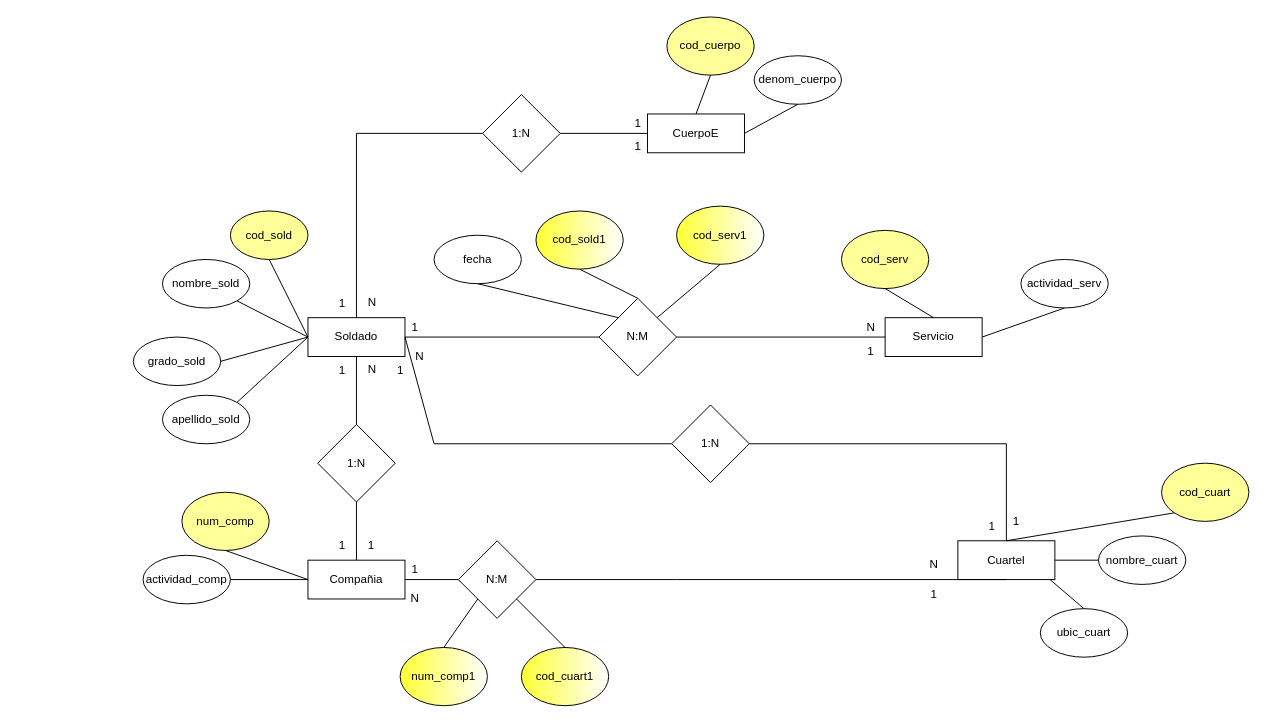
The draw.io diagram BBDD/EntidadRelacion/Untitled Diagram.drawio in coscristian/Ciclo-2---MinTic, before the edit. Source tidied: cells renumbered, new cells numbered last; positions are measured from the earlier drawing's top-left corner, leaving out a move shared by most shapes. Both pictures are drawn from the tidied source at 97%, with x=0, y=0 at pixel (133, 16).
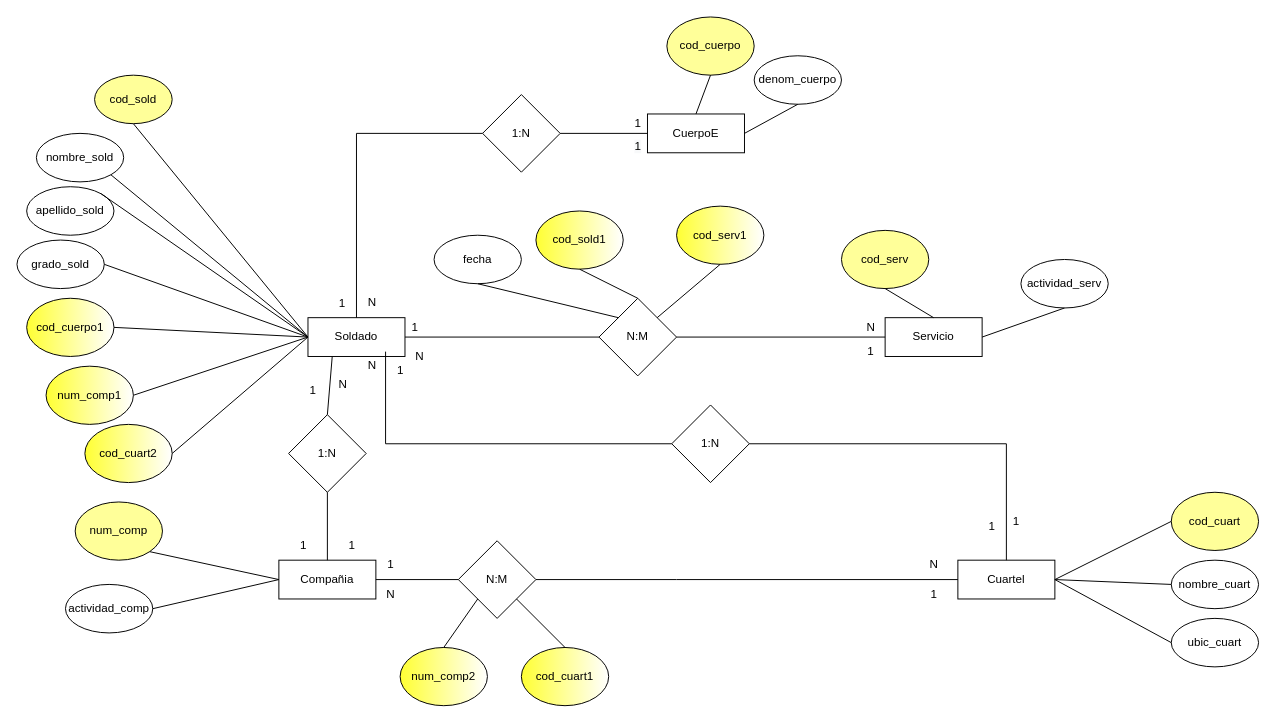
The same page after the edit.

Commit message:
Finished Diagram

Unchanged cells that the change refers to:
```xml
<mxCell id="4" value="Soldado" style="whiteSpace=wrap;html=1;align=center;" parent="1" vertex="1">
  <mxGeometry x="180" y="310" width="100" height="40" as="geometry" />
</mxCell>
<mxCell id="47" value="N:M" style="rhombus;whiteSpace=wrap;html=1;fillColor=#FFFFFF;" parent="1" vertex="1">
  <mxGeometry x="335" y="540" width="80" height="80" as="geometry" />
</mxCell>
<mxCell id="58" value="1:N" style="rhombus;whiteSpace=wrap;html=1;fillColor=#FFFFFF;" parent="1" vertex="1">
  <mxGeometry x="555" y="400" width="80" height="80" as="geometry" />
</mxCell>
```

Change to the diagram source:
```diff
@@
     <mxCell id="2" value="Cuartel" style="whiteSpace=wrap;html=1;align=center;" parent="1" vertex="1">
-      <mxGeometry x="850" y="540" width="100" height="40" as="geometry" />
+      <mxGeometry x="850" y="560" width="100" height="40" as="geometry" />
     </mxCell>
@@
     <mxCell id="5" value="Compañia" style="whiteSpace=wrap;html=1;align=center;" parent="1" vertex="1">
-      <mxGeometry x="180" y="560" width="100" height="40" as="geometry" />
+      <mxGeometry x="150" y="560" width="100" height="40" as="geometry" />
     </mxCell>
@@
     <mxCell id="7" value="cod_sold" style="ellipse;whiteSpace=wrap;html=1;fillColor=#FFFF99;" parent="1" vertex="1">
-      <mxGeometry x="100" y="200" width="80" height="50" as="geometry" />
+      <mxGeometry x="-40" y="60" width="80" height="50" as="geometry" />
     </mxCell>
     <mxCell id="8" value="num_comp" style="ellipse;whiteSpace=wrap;html=1;fillColor=#FFFF99;" parent="1" vertex="1">
-      <mxGeometry x="50" y="490" width="90" height="60" as="geometry" />
+      <mxGeometry x="-60" y="500" width="90" height="60" as="geometry" />
     </mxCell>
@@
     <mxCell id="10" value="cod_cuart" style="ellipse;whiteSpace=wrap;html=1;fillColor=#FFFF99;" parent="1" vertex="1">
-      <mxGeometry x="1060" y="460" width="90" height="60" as="geometry" />
+      <mxGeometry x="1070" y="490" width="90" height="60" as="geometry" />
     </mxCell>
-    <mxCell id="11" style="endArrow=none;html=1;rounded=0;entryX=0.5;entryY=1;entryDx=0;entryDy=0;exitX=0;exitY=0.5;exitDx=0;exitDy=0;" parent="1" edge="1" source="4" target="7">
-      <mxGeometry relative="1" as="geometry" />
+    <mxCell id="11" style="endArrow=none;html=1;rounded=0;entryX=0.5;entryY=1;entryDx=0;entryDy=0;" parent="1" edge="1" target="7">
+      <mxGeometry relative="1" as="geometry">
+        <mxPoint x="180" y="330" as="sourcePoint" />
+      </mxGeometry>
     </mxCell>
     <mxCell id="12" value="nombre_sold" style="ellipse;whiteSpace=wrap;html=1;fillColor=#FFFFFF;" parent="1" vertex="1">
-      <mxGeometry x="30" y="250" width="90" height="50" as="geometry" />
+      <mxGeometry x="-100" y="120" width="90" height="50" as="geometry" />
     </mxCell>
     <mxCell id="13" value="apellido_sold" style="ellipse;whiteSpace=wrap;html=1;fillColor=#FFFFFF;" parent="1" vertex="1">
-      <mxGeometry x="30" y="390" width="90" height="50" as="geometry" />
+      <mxGeometry x="-110" y="175" width="90" height="50" as="geometry" />
     </mxCell>
     <mxCell id="14" value="grado_sold" style="ellipse;whiteSpace=wrap;html=1;fillColor=#FFFFFF;" parent="1" vertex="1">
-      <mxGeometry y="330" width="90" height="50" as="geometry" />
+      <mxGeometry x="-120" y="230" width="90" height="50" as="geometry" />
     </mxCell>
@@
-    <mxCell id="17" style="endArrow=none;html=1;rounded=0;entryX=1;entryY=0;entryDx=0;entryDy=0;exitX=0;exitY=0.5;exitDx=0;exitDy=0;" parent="1" edge="1" source="4" target="13">
-      <mxGeometry relative="1" as="geometry" />
+    <mxCell id="17" style="endArrow=none;html=1;rounded=0;entryX=1;entryY=0;entryDx=0;entryDy=0;" parent="1" edge="1" target="13">
+      <mxGeometry relative="1" as="geometry">
+        <mxPoint x="180" y="330" as="sourcePoint" />
+      </mxGeometry>
     </mxCell>
     <mxCell id="18" value="nombre_cuart" style="ellipse;whiteSpace=wrap;html=1;fillColor=#FFFFFF;" parent="1" vertex="1">
-      <mxGeometry x="995" y="535" width="90" height="50" as="geometry" />
+      <mxGeometry x="1070" y="560" width="90" height="50" as="geometry" />
     </mxCell>
     <mxCell id="19" value="ubic_cuart" style="ellipse;whiteSpace=wrap;html=1;fillColor=#FFFFFF;" parent="1" vertex="1">
-      <mxGeometry x="935" y="610" width="90" height="50" as="geometry" />
+      <mxGeometry x="1070" y="620" width="90" height="50" as="geometry" />
     </mxCell>
-    <mxCell id="20" style="endArrow=none;html=1;rounded=0;exitX=0.5;exitY=0;exitDx=0;exitDy=0;entryX=0;entryY=1;entryDx=0;entryDy=0;" parent="1" edge="1" source="2" target="10">
+    <mxCell id="20" style="endArrow=none;html=1;rounded=0;exitX=1;exitY=0.5;exitDx=0;exitDy=0;entryX=0;entryY=0.5;entryDx=0;entryDy=0;" parent="1" edge="1" source="2" target="10">
       <mxGeometry relative="1" as="geometry" />
     </mxCell>
@@
-    <mxCell id="22" style="endArrow=none;html=1;rounded=0;entryX=0.5;entryY=0;entryDx=0;entryDy=0;" parent="1" edge="1" target="19">
-      <mxGeometry relative="1" as="geometry">
-        <mxPoint x="945" y="580" as="sourcePoint" />
-      </mxGeometry>
+    <mxCell id="22" style="endArrow=none;html=1;rounded=0;entryX=0;entryY=0.5;entryDx=0;entryDy=0;exitX=1;exitY=0.5;exitDx=0;exitDy=0;" parent="1" edge="1" source="2" target="19">
+      <mxGeometry relative="1" as="geometry" />
     </mxCell>
@@
     <mxCell id="27" value="actividad_comp" style="ellipse;whiteSpace=wrap;html=1;fillColor=#FFFFFF;" parent="1" vertex="1">
-      <mxGeometry x="10" y="555" width="90" height="50" as="geometry" />
+      <mxGeometry x="-70" y="585" width="90" height="50" as="geometry" />
     </mxCell>
@@
-    <mxCell id="29" style="endArrow=none;html=1;rounded=0;exitX=0;exitY=0.5;exitDx=0;exitDy=0;entryX=0.5;entryY=1;entryDx=0;entryDy=0;" parent="1" edge="1" source="5" target="8">
+    <mxCell id="29" style="endArrow=none;html=1;rounded=0;exitX=0;exitY=0.5;exitDx=0;exitDy=0;entryX=1;entryY=1;entryDx=0;entryDy=0;" parent="1" edge="1" source="5" target="8">
       <mxGeometry relative="1" as="geometry" />
     </mxCell>
@@
     <mxCell id="40" value="1:N" style="rhombus;whiteSpace=wrap;html=1;fillColor=#FFFFFF;" parent="1" vertex="1">
-      <mxGeometry x="190" y="420" width="80" height="80" as="geometry" />
+      <mxGeometry x="160" y="410" width="80" height="80" as="geometry" />
     </mxCell>
-    <mxCell id="41" style="endArrow=none;html=1;rounded=0;exitX=0.5;exitY=0;exitDx=0;exitDy=0;" parent="1" edge="1" source="5" target="40">
+    <mxCell id="41" style="endArrow=none;html=1;rounded=0;exitX=0.5;exitY=0;exitDx=0;exitDy=0;entryX=0.5;entryY=1;entryDx=0;entryDy=0;" parent="1" edge="1" source="5" target="40">
       <mxGeometry relative="1" as="geometry" />
     </mxCell>
-    <mxCell id="42" style="endArrow=none;html=1;rounded=0;exitX=0.5;exitY=0;exitDx=0;exitDy=0;entryX=0.5;entryY=1;entryDx=0;entryDy=0;" parent="1" edge="1" source="40" target="4">
+    <mxCell id="42" style="endArrow=none;html=1;rounded=0;exitX=0.5;exitY=0;exitDx=0;exitDy=0;entryX=0.25;entryY=1;entryDx=0;entryDy=0;" parent="1" edge="1" source="40" target="4">
       <mxGeometry relative="1" as="geometry" />
     </mxCell>
     <mxCell id="43" value="1" style="text;html=1;align=center;verticalAlign=middle;strokeColor=none;fillColor=none;" parent="1" vertex="1">
-      <mxGeometry x="200" y="350" width="30" height="30" as="geometry" />
+      <mxGeometry x="170" y="370" width="30" height="30" as="geometry" />
     </mxCell>
     <mxCell id="44" value="1" style="text;html=1;align=center;verticalAlign=middle;strokeColor=none;fillColor=none;" parent="1" vertex="1">
-      <mxGeometry x="200" y="530" width="30" height="30" as="geometry" />
+      <mxGeometry x="160" y="530" width="30" height="30" as="geometry" />
     </mxCell>
     <mxCell id="45" value="1" style="text;html=1;align=center;verticalAlign=middle;strokeColor=none;fillColor=none;" parent="1" vertex="1">
-      <mxGeometry x="230" y="530" width="30" height="30" as="geometry" />
+      <mxGeometry x="210" y="530" width="30" height="30" as="geometry" />
     </mxCell>
     <mxCell id="46" value="&lt;div style=&quot;text-align: center;&quot;&gt;N&lt;/div&gt;" style="text;whiteSpace=wrap;html=1;" parent="1" vertex="1">
-      <mxGeometry x="240" y="350" width="40" height="40" as="geometry" />
+      <mxGeometry x="240" y="345" width="40" height="40" as="geometry" />
     </mxCell>
@@
-    <mxCell id="49" style="endArrow=none;html=1;rounded=0;exitX=1;exitY=0.5;exitDx=0;exitDy=0;entryX=0.5;entryY=1;entryDx=0;entryDy=0;" parent="1" edge="1" source="47" target="2">
+    <mxCell id="49" style="endArrow=none;html=1;rounded=0;exitX=1;exitY=0.5;exitDx=0;exitDy=0;entryX=0;entryY=0.5;entryDx=0;entryDy=0;" parent="1" edge="1" source="47" target="2">
       <mxGeometry relative="1" as="geometry">
         <Array as="points">
           <mxPoint x="560" y="580" />
         </Array>
       </mxGeometry>
     </mxCell>
     <mxCell id="50" value="1" style="text;html=1;align=center;verticalAlign=middle;strokeColor=none;fillColor=none;" parent="1" vertex="1">
-      <mxGeometry x="275" y="555" width="30" height="30" as="geometry" />
+      <mxGeometry x="250" y="550" width="30" height="30" as="geometry" />
     </mxCell>
@@
     <mxCell id="53" value="N" style="text;html=1;align=center;verticalAlign=middle;strokeColor=none;fillColor=none;" parent="1" vertex="1">
-      <mxGeometry x="275" y="585" width="30" height="30" as="geometry" />
+      <mxGeometry x="250" y="580" width="30" height="30" as="geometry" />
     </mxCell>
-    <mxCell id="54" value="num_comp1" style="ellipse;whiteSpace=wrap;html=1;fillColor=default;gradientColor=#FFFF33;gradientDirection=west;" parent="1" vertex="1">
+    <mxCell id="54" value="num_comp2" style="ellipse;whiteSpace=wrap;html=1;fillColor=default;gradientColor=#FFFF33;gradientDirection=west;" parent="1" vertex="1">
       <mxGeometry x="275" y="650" width="90" height="60" as="geometry" />
     </mxCell>
@@
-    <mxCell id="60" style="endArrow=none;html=1;rounded=0;exitX=1;exitY=0.5;exitDx=0;exitDy=0;entryX=0;entryY=0.5;entryDx=0;entryDy=0;" parent="1" edge="1" source="4" target="58">
+    <mxCell id="60" style="endArrow=none;html=1;rounded=0;entryX=0;entryY=0.5;entryDx=0;entryDy=0;" parent="1" edge="1" target="58">
       <mxGeometry relative="1" as="geometry">
+        <mxPoint x="260" y="345" as="sourcePoint" />
         <Array as="points">
-          <mxPoint x="310" y="440" />
+          <mxPoint x="260" y="440" />
         </Array>
       </mxGeometry>
     </mxCell>
@@
+    <mxCell id="77" style="endArrow=none;html=1;rounded=0;exitX=0;exitY=0.5;exitDx=0;exitDy=0;entryX=1;entryY=0.5;entryDx=0;entryDy=0;" parent="1" edge="1" source="4" target="78">
+      <mxGeometry relative="1" as="geometry" />
+    </mxCell>
+    <mxCell id="78" value="num_comp1" style="ellipse;whiteSpace=wrap;html=1;fillColor=default;gradientColor=#FFFF33;gradientDirection=west;" parent="1" vertex="1">
+      <mxGeometry x="-90" y="360" width="90" height="60" as="geometry" />
+    </mxCell>
+    <mxCell id="79" value="cod_cuerpo1" style="ellipse;whiteSpace=wrap;html=1;fillColor=default;gradientColor=#FFFF33;gradientDirection=west;" parent="1" vertex="1">
+      <mxGeometry x="-110" y="290" width="90" height="60" as="geometry" />
+    </mxCell>
+    <mxCell id="80" style="endArrow=none;html=1;rounded=0;entryX=1;entryY=0.5;entryDx=0;entryDy=0;exitX=0;exitY=0.5;exitDx=0;exitDy=0;" parent="1" edge="1" source="4" target="79">
+      <mxGeometry relative="1" as="geometry" />
+    </mxCell>
+    <mxCell id="81" value="&lt;div style=&quot;text-align: center;&quot;&gt;N&lt;/div&gt;" style="text;whiteSpace=wrap;html=1;" parent="1" vertex="1">
+      <mxGeometry x="210" y="365" width="40" height="40" as="geometry" />
+    </mxCell>
+    <mxCell id="82" value="cod_cuart2" style="ellipse;whiteSpace=wrap;html=1;fillColor=default;gradientColor=#FFFF33;gradientDirection=west;" parent="1" vertex="1">
+      <mxGeometry x="-50" y="420" width="90" height="60" as="geometry" />
+    </mxCell>
+    <mxCell id="83" style="endArrow=none;html=1;rounded=0;exitX=1;exitY=0.5;exitDx=0;exitDy=0;entryX=0;entryY=0.5;entryDx=0;entryDy=0;" parent="1" edge="1" source="82" target="4">
+      <mxGeometry relative="1" as="geometry" />
+    </mxCell>
```
